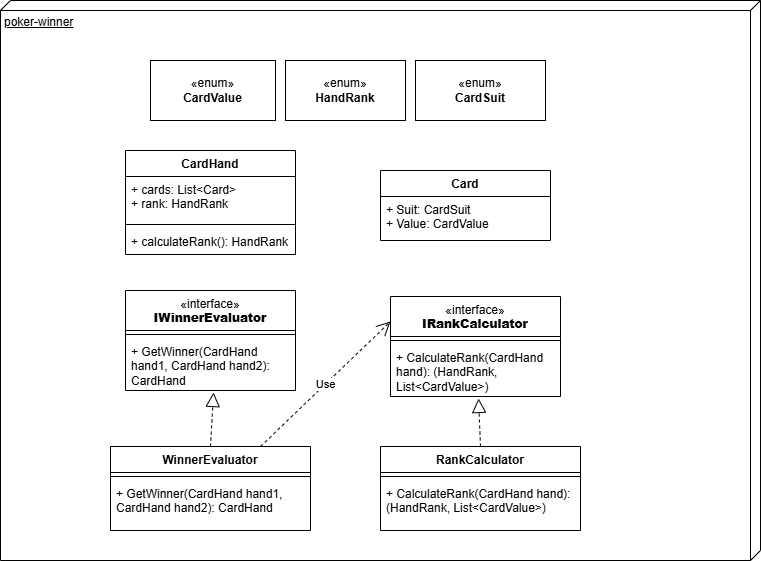
Earlier version of the draw.io export PokerWinner/assets/poker-winner-design.drawio.png (mmo1995/poker-winner). Source tidied: cells renumbered, new cells last; positions are measured from the earlier drawing's top-left corner, leaving out a move shared by most shapes.
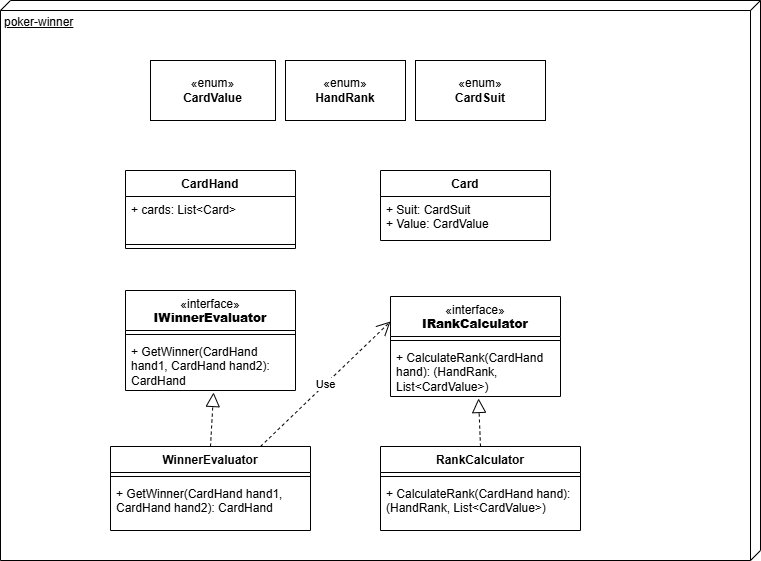
Later version of the same file.

Commit message:
docs(architecture): remove Rank Calculation from CardHand class

What changed in the source:
```diff
@@ -24,17 +24,14 @@
       <mxGeometry y="34" width="200" height="50" as="geometry" />
     </mxCell>
     <mxCell id="9" value="CardHand" style="swimlane;fontStyle=1;align=center;verticalAlign=top;horizontal=1;startSize=26;whiteSpace=wrap;html=1;shadow=0;" parent="1" vertex="1">
-      <mxGeometry x="125" y="150" width="170" height="104" as="geometry" />
+      <mxGeometry x="125" y="170" width="170" height="78" as="geometry" />
     </mxCell>
-    <mxCell id="10" value="+ cards: List&amp;lt;Card&amp;gt;&lt;div&gt;+ rank: HandRank&lt;/div&gt;" style="text;strokeColor=none;fillColor=none;align=left;verticalAlign=top;spacingLeft=4;spacingRight=4;overflow=hidden;whiteSpace=wrap;html=1;shadow=0;" parent="9" vertex="1">
+    <mxCell id="10" value="+ cards: List&amp;lt;Card&amp;gt;" style="text;strokeColor=none;fillColor=none;align=left;verticalAlign=top;spacingLeft=4;spacingRight=4;overflow=hidden;whiteSpace=wrap;html=1;shadow=0;" parent="9" vertex="1">
       <mxGeometry y="26" width="170" height="44" as="geometry" />
     </mxCell>
     <mxCell id="11" style="line;strokeWidth=1;fillColor=none;align=left;verticalAlign=middle;spacingTop=-1;spacingLeft=3;spacingRight=3;labelPosition=right;strokeColor=inherit;shadow=0;" parent="9" vertex="1">
       <mxGeometry y="70" width="170" height="8" as="geometry" />
     </mxCell>
-    <mxCell id="12" value="+ calculateRank(): HandRank" style="text;strokeColor=none;fillColor=none;align=left;verticalAlign=top;spacingLeft=4;spacingRight=4;overflow=hidden;whiteSpace=wrap;html=1;shadow=0;" parent="9" vertex="1">
-      <mxGeometry y="78" width="170" height="26" as="geometry" />
-    </mxCell>
     <mxCell id="13" style="endArrow=block;dashed=1;endFill=0;endSize=12;html=1;rounded=0;exitX=0.5;exitY=0;exitDx=0;exitDy=0;entryX=0.518;entryY=1.038;entryDx=0;entryDy=0;entryPerimeter=0;shadow=0;" parent="1" edge="1" source="6" target="16">
       <mxGeometry relative="1" as="geometry" />
     </mxCell>
```
